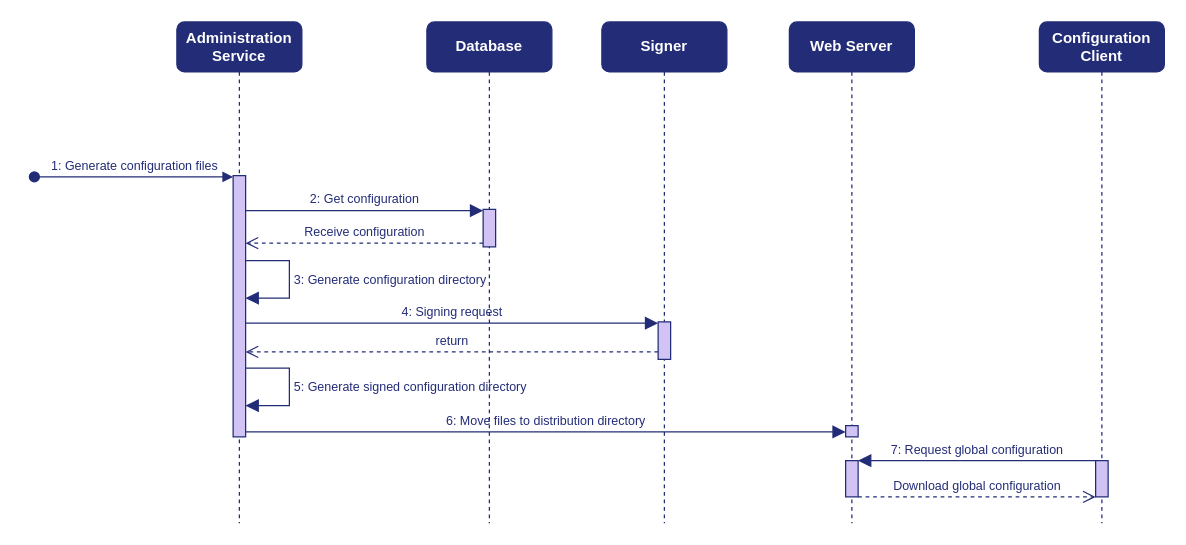
Earlier version of the draw.io diagram doc/Architecture/img/arc-cs_the_process_of_global_configuration_and_distribution.drawio (georgeroliveira/X-VIA-MTI). Source tidied: cells renumbered, new cells numbered last; positions are measured from the earlier drawing's top-left corner, leaving out a move shared by most shapes. Both pictures are drawn from the tidied source at 125%, with x=0, y=0 at pixel (34, 21).
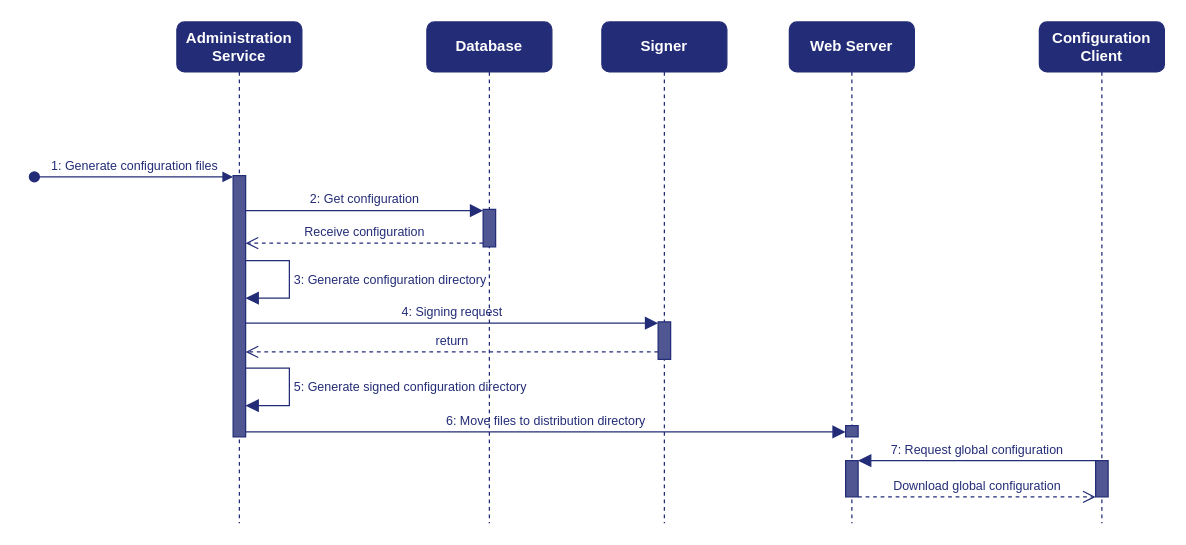
After the change.

Unchanged cells that the change refers to:
```xml
<mxCell id="2" value="Administration Service" style="shape=umlLifeline;perimeter=lifelinePerimeter;whiteSpace=wrap;html=1;newEdgeStyle={&quot;edgeStyle&quot;:&quot;elbowEdgeStyle&quot;,&quot;elbow&quot;:&quot;vertical&quot;,&quot;curved&quot;:0,&quot;rounded&quot;:0};fontSize=12;fillColor=#232c77;strokeColor=#232c77;gradientColor=none;perimeterSpacing=0;glass=0;rounded=1;fontColor=#FFFFFF;fontStyle=1;" parent="1" vertex="1">
  <mxGeometry x="114" width="100" height="401" as="geometry" />
</mxCell>
<mxCell id="6" value="Database" style="shape=umlLifeline;perimeter=lifelinePerimeter;whiteSpace=wrap;html=1;newEdgeStyle={&quot;edgeStyle&quot;:&quot;elbowEdgeStyle&quot;,&quot;elbow&quot;:&quot;vertical&quot;,&quot;curved&quot;:0,&quot;rounded&quot;:0};fontSize=12;fillColor=#232c77;strokeColor=#232c77;gradientColor=none;perimeterSpacing=0;glass=0;rounded=1;fontColor=#FFFFFF;fontStyle=1;" parent="1" vertex="1">
  <mxGeometry x="314" width="100" height="401" as="geometry" />
</mxCell>
<mxCell id="8" value="Web Server" style="shape=umlLifeline;perimeter=lifelinePerimeter;whiteSpace=wrap;html=1;newEdgeStyle={&quot;edgeStyle&quot;:&quot;elbowEdgeStyle&quot;,&quot;elbow&quot;:&quot;vertical&quot;,&quot;curved&quot;:0,&quot;rounded&quot;:0};fontSize=12;fillColor=#232c77;strokeColor=#232c77;gradientColor=none;perimeterSpacing=0;glass=0;rounded=1;fontColor=#FFFFFF;fontStyle=1;" parent="1" vertex="1">
  <mxGeometry x="604" width="100" height="401" as="geometry" />
</mxCell>
<mxCell id="11" value="Signer" style="shape=umlLifeline;perimeter=lifelinePerimeter;whiteSpace=wrap;html=1;newEdgeStyle={&quot;edgeStyle&quot;:&quot;elbowEdgeStyle&quot;,&quot;elbow&quot;:&quot;vertical&quot;,&quot;curved&quot;:0,&quot;rounded&quot;:0};fontSize=12;fillColor=#232c77;strokeColor=#232c77;gradientColor=none;perimeterSpacing=0;glass=0;rounded=1;fontColor=#FFFFFF;fontStyle=1;" parent="1" vertex="1">
  <mxGeometry x="454" width="100" height="401" as="geometry" />
</mxCell>
<mxCell id="13" value="Configuration Client" style="shape=umlLifeline;perimeter=lifelinePerimeter;whiteSpace=wrap;html=1;newEdgeStyle={&quot;edgeStyle&quot;:&quot;elbowEdgeStyle&quot;,&quot;elbow&quot;:&quot;vertical&quot;,&quot;curved&quot;:0,&quot;rounded&quot;:0};fontSize=12;fillColor=#232c77;strokeColor=#232c77;gradientColor=none;perimeterSpacing=0;glass=0;rounded=1;fontColor=#FFFFFF;fontStyle=1;" parent="1" vertex="1">
  <mxGeometry x="804" width="100" height="401" as="geometry" />
</mxCell>
```

Diff of the diagram source:
```diff
@@
-    <mxCell id="3" style="html=1;points=[];perimeter=orthogonalPerimeter;outlineConnect=0;targetShapes=umlLifeline;portConstraint=eastwest;newEdgeStyle={&quot;edgeStyle&quot;:&quot;elbowEdgeStyle&quot;,&quot;elbow&quot;:&quot;vertical&quot;,&quot;curved&quot;:0,&quot;rounded&quot;:0};fontSize=16;fillColor=#D1C4F4;strokeColor=#232c77;" parent="2" vertex="1">
+    <mxCell id="3" style="html=1;points=[];perimeter=orthogonalPerimeter;outlineConnect=0;targetShapes=umlLifeline;portConstraint=eastwest;newEdgeStyle={&quot;edgeStyle&quot;:&quot;elbowEdgeStyle&quot;,&quot;elbow&quot;:&quot;vertical&quot;,&quot;curved&quot;:0,&quot;rounded&quot;:0};fontSize=16;fillColor=#4f5692;strokeColor=#232c77;" parent="2" vertex="1">
       <mxGeometry x="45" y="123" width="10" height="209" as="geometry" />
     </mxCell>
@@
-    <mxCell id="7" style="html=1;points=[];perimeter=orthogonalPerimeter;outlineConnect=0;targetShapes=umlLifeline;portConstraint=eastwest;newEdgeStyle={&quot;edgeStyle&quot;:&quot;elbowEdgeStyle&quot;,&quot;elbow&quot;:&quot;vertical&quot;,&quot;curved&quot;:0,&quot;rounded&quot;:0};fontSize=16;fillColor=#D1C4F4;strokeColor=#232c77;" parent="6" vertex="1">
+    <mxCell id="7" style="html=1;points=[];perimeter=orthogonalPerimeter;outlineConnect=0;targetShapes=umlLifeline;portConstraint=eastwest;newEdgeStyle={&quot;edgeStyle&quot;:&quot;elbowEdgeStyle&quot;,&quot;elbow&quot;:&quot;vertical&quot;,&quot;curved&quot;:0,&quot;rounded&quot;:0};fontSize=16;fillColor=#4f5692;strokeColor=#232c77;" parent="6" vertex="1">
       <mxGeometry x="45" y="150" width="10" height="30" as="geometry" />
     </mxCell>
@@
-    <mxCell id="9" style="html=1;points=[];perimeter=orthogonalPerimeter;outlineConnect=0;targetShapes=umlLifeline;portConstraint=eastwest;newEdgeStyle={&quot;edgeStyle&quot;:&quot;elbowEdgeStyle&quot;,&quot;elbow&quot;:&quot;vertical&quot;,&quot;curved&quot;:0,&quot;rounded&quot;:0};strokeColor=#232c77;fontFamily=Helvetica;fontSize=10;fontColor=#232c77;fillColor=#D1C4F4;" parent="8" vertex="1">
+    <mxCell id="9" style="html=1;points=[];perimeter=orthogonalPerimeter;outlineConnect=0;targetShapes=umlLifeline;portConstraint=eastwest;newEdgeStyle={&quot;edgeStyle&quot;:&quot;elbowEdgeStyle&quot;,&quot;elbow&quot;:&quot;vertical&quot;,&quot;curved&quot;:0,&quot;rounded&quot;:0};strokeColor=#232c77;fontFamily=Helvetica;fontSize=10;fontColor=#232c77;fillColor=#4f5692;" parent="8" vertex="1">
       <mxGeometry x="45" y="323" width="10" height="9" as="geometry" />
     </mxCell>
-    <mxCell id="10" style="html=1;points=[];perimeter=orthogonalPerimeter;outlineConnect=0;targetShapes=umlLifeline;portConstraint=eastwest;newEdgeStyle={&quot;edgeStyle&quot;:&quot;elbowEdgeStyle&quot;,&quot;elbow&quot;:&quot;vertical&quot;,&quot;curved&quot;:0,&quot;rounded&quot;:0};strokeColor=#232c77;fontFamily=Helvetica;fontSize=10;fontColor=#232c77;fillColor=#D1C4F4;" parent="8" vertex="1">
+    <mxCell id="10" style="html=1;points=[];perimeter=orthogonalPerimeter;outlineConnect=0;targetShapes=umlLifeline;portConstraint=eastwest;newEdgeStyle={&quot;edgeStyle&quot;:&quot;elbowEdgeStyle&quot;,&quot;elbow&quot;:&quot;vertical&quot;,&quot;curved&quot;:0,&quot;rounded&quot;:0};strokeColor=#232c77;fontFamily=Helvetica;fontSize=10;fontColor=#232c77;fillColor=#4f5692;" parent="8" vertex="1">
       <mxGeometry x="45" y="351" width="10" height="29" as="geometry" />
     </mxCell>
@@
-    <mxCell id="12" style="html=1;points=[];perimeter=orthogonalPerimeter;outlineConnect=0;targetShapes=umlLifeline;portConstraint=eastwest;newEdgeStyle={&quot;edgeStyle&quot;:&quot;elbowEdgeStyle&quot;,&quot;elbow&quot;:&quot;vertical&quot;,&quot;curved&quot;:0,&quot;rounded&quot;:0};strokeColor=#232c77;fontFamily=Helvetica;fontSize=10;fontColor=#232c77;fillColor=#D1C4F4;" parent="11" vertex="1">
+    <mxCell id="12" style="html=1;points=[];perimeter=orthogonalPerimeter;outlineConnect=0;targetShapes=umlLifeline;portConstraint=eastwest;newEdgeStyle={&quot;edgeStyle&quot;:&quot;elbowEdgeStyle&quot;,&quot;elbow&quot;:&quot;vertical&quot;,&quot;curved&quot;:0,&quot;rounded&quot;:0};strokeColor=#232c77;fontFamily=Helvetica;fontSize=10;fontColor=#232c77;fillColor=#4f5692;" parent="11" vertex="1">
       <mxGeometry x="45" y="240" width="10" height="30" as="geometry" />
     </mxCell>
@@
-    <mxCell id="14" style="html=1;points=[];perimeter=orthogonalPerimeter;outlineConnect=0;targetShapes=umlLifeline;portConstraint=eastwest;newEdgeStyle={&quot;edgeStyle&quot;:&quot;elbowEdgeStyle&quot;,&quot;elbow&quot;:&quot;vertical&quot;,&quot;curved&quot;:0,&quot;rounded&quot;:0};strokeColor=#232c77;fontFamily=Helvetica;fontSize=10;fontColor=#232c77;fillColor=#D1C4F4;" parent="13" vertex="1">
+    <mxCell id="14" style="html=1;points=[];perimeter=orthogonalPerimeter;outlineConnect=0;targetShapes=umlLifeline;portConstraint=eastwest;newEdgeStyle={&quot;edgeStyle&quot;:&quot;elbowEdgeStyle&quot;,&quot;elbow&quot;:&quot;vertical&quot;,&quot;curved&quot;:0,&quot;rounded&quot;:0};strokeColor=#232c77;fontFamily=Helvetica;fontSize=10;fontColor=#232c77;fillColor=#4f5692;" parent="13" vertex="1">
       <mxGeometry x="45" y="351" width="10" height="29" as="geometry" />
     </mxCell>
```
